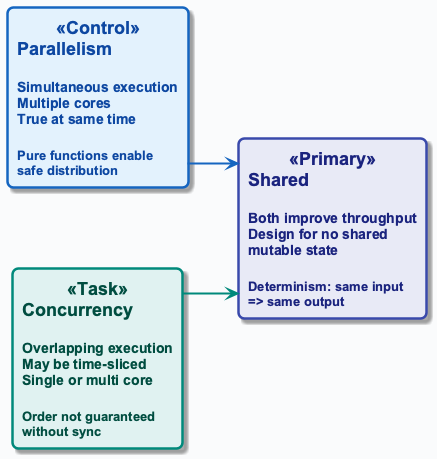
OrPerets/data-engineering-course keeps this PlantUML diagram as diagrams/week03/week3_parallelism_vs_concurrency.png. Above is the earlier version. The source it was exported from:
```plantuml
@startuml
!include ../_template_styles.puml
left to right direction

rectangle "**Parallelism**\n\n<size:14>Simultaneous execution</size>\n<size:14>Multiple cores</size>\n<size:14>True at same time</size>\n\n<size:13>Pure functions enable</size>\n<size:13>safe distribution</size>" as PAR <<Control>>

rectangle "**Concurrency**\n\n<size:14>Overlapping execution</size>\n<size:14>May be time-sliced</size>\n<size:14>Single or multi core</size>\n\n<size:13>Order not guaranteed</size>\n<size:13>without sync</size>" as CON <<Task>>

rectangle "**Shared**\n\n<size:14>Both improve throughput</size>\n<size:14>Design for no shared</size>\n<size:14>mutable state</size>\n\n<size:13>Determinism: same input</size>\n<size:13>=> same output</size>" as SHARED <<Primary>>

PAR -down[#1565C0,thickness=2]-> SHARED
CON -down[#00897B,thickness=2]-> SHARED

@enduml
```
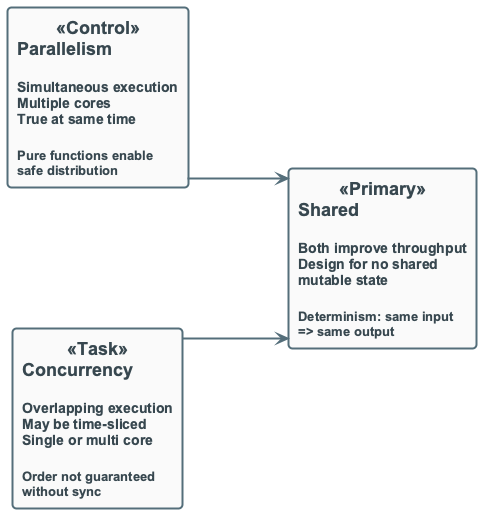
The same file after the commit.

Diff of the diagram source:
```diff
@@ -8,7 +8,7 @@
 
 rectangle "**Shared**\n\n<size:14>Both improve throughput</size>\n<size:14>Design for no shared</size>\n<size:14>mutable state</size>\n\n<size:13>Determinism: same input</size>\n<size:13>=> same output</size>" as SHARED <<Primary>>
 
-PAR -down[#1565C0,thickness=2]-> SHARED
-CON -down[#00897B,thickness=2]-> SHARED
+PAR -down-> SHARED
+CON -down-> SHARED
 
 @enduml
```
